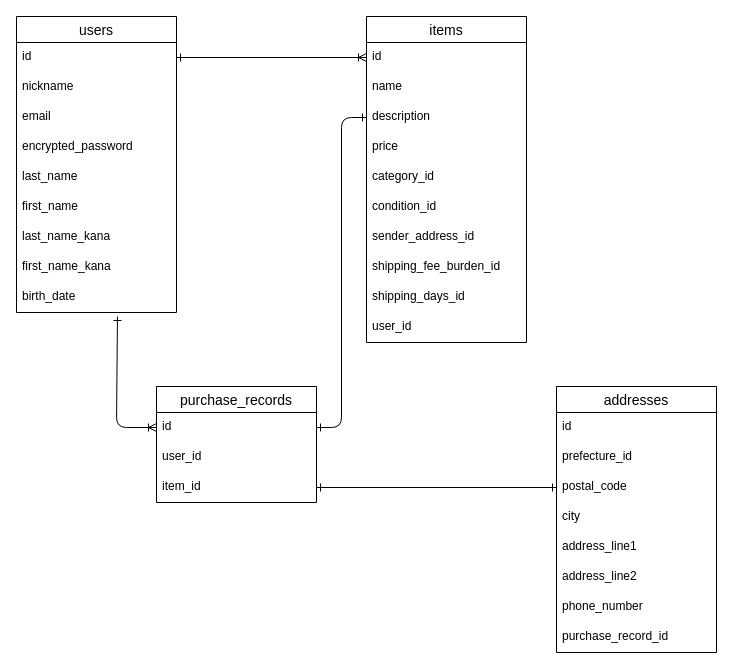
Above: furima-40825.dio in takadogg/furima-40825 (draw.io), before the change. Source tidied: cells renumbered, new cells numbered last; positions are measured from the earlier drawing's top-left corner, leaving out a move shared by most shapes. Both pictures are drawn from the tidied source at 100%, with x=0, y=0 at pixel (16, 16).
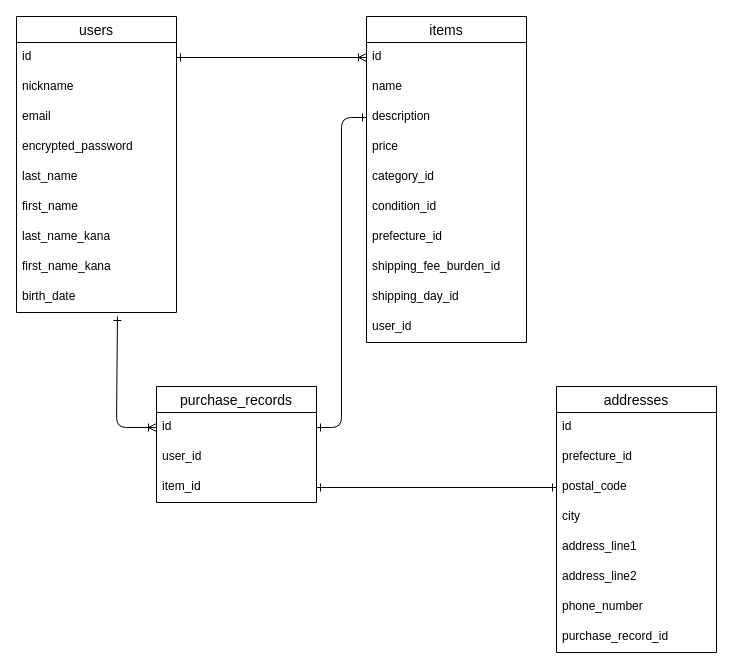
The same page after the edit.

Commit message (it also covers changes not shown here):
データベース設計修正２

The change refers to these unchanged cells:
```xml
<mxCell id="12" value="items" style="swimlane;fontStyle=0;horizontal=1;startSize=26;align=center;fontSize=14;" parent="1" vertex="1">
  <mxGeometry x="350" width="160" height="326" as="geometry" />
</mxCell>
```

What changed in the source:
```diff
@@
-    <mxCell id="19" value="sender_address_id" style="text;strokeColor=none;fillColor=none;spacingLeft=4;spacingRight=4;overflow=hidden;fontSize=12;" parent="12" vertex="1">
+    <mxCell id="19" value="prefecture_id" style="text;strokeColor=none;fillColor=none;spacingLeft=4;spacingRight=4;overflow=hidden;fontSize=12;" parent="12" vertex="1">
       <mxGeometry y="206" width="160" height="30" as="geometry" />
     </mxCell>
@@
-    <mxCell id="21" value="shipping_days_id" style="text;strokeColor=none;fillColor=none;spacingLeft=4;spacingRight=4;overflow=hidden;fontSize=12;" parent="12" vertex="1">
+    <mxCell id="21" value="shipping_day_id" style="text;strokeColor=none;fillColor=none;spacingLeft=4;spacingRight=4;overflow=hidden;fontSize=12;" parent="12" vertex="1">
       <mxGeometry y="266" width="160" height="30" as="geometry" />
     </mxCell>
```
